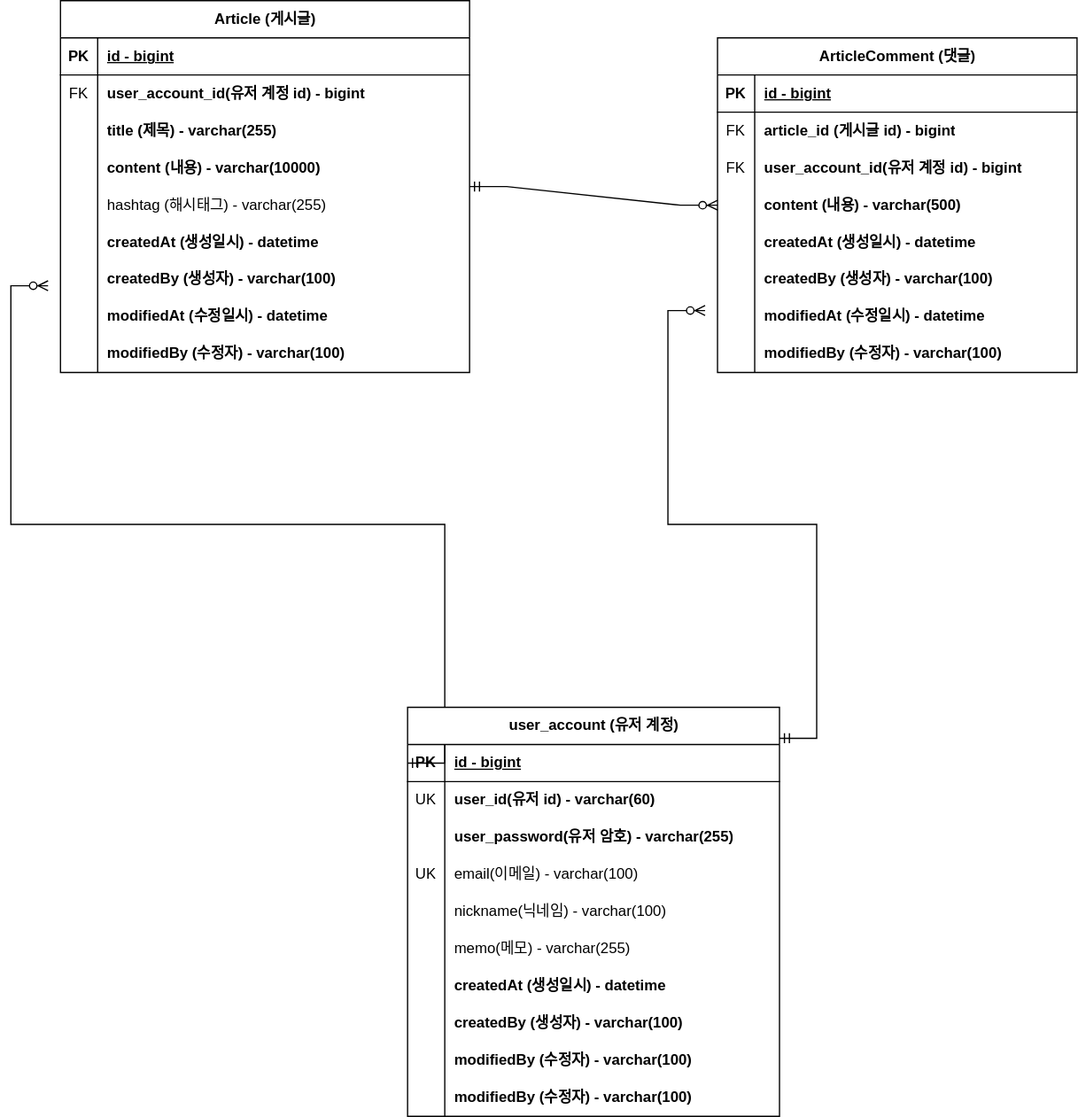
Before: document/borad-project-erd.svg, a diagram exported from draw.io (joosang425/board-project). Source tidied: cells renumbered, new cells last; positions are measured from the earlier drawing's top-left corner, leaving out a move shared by most shapes.
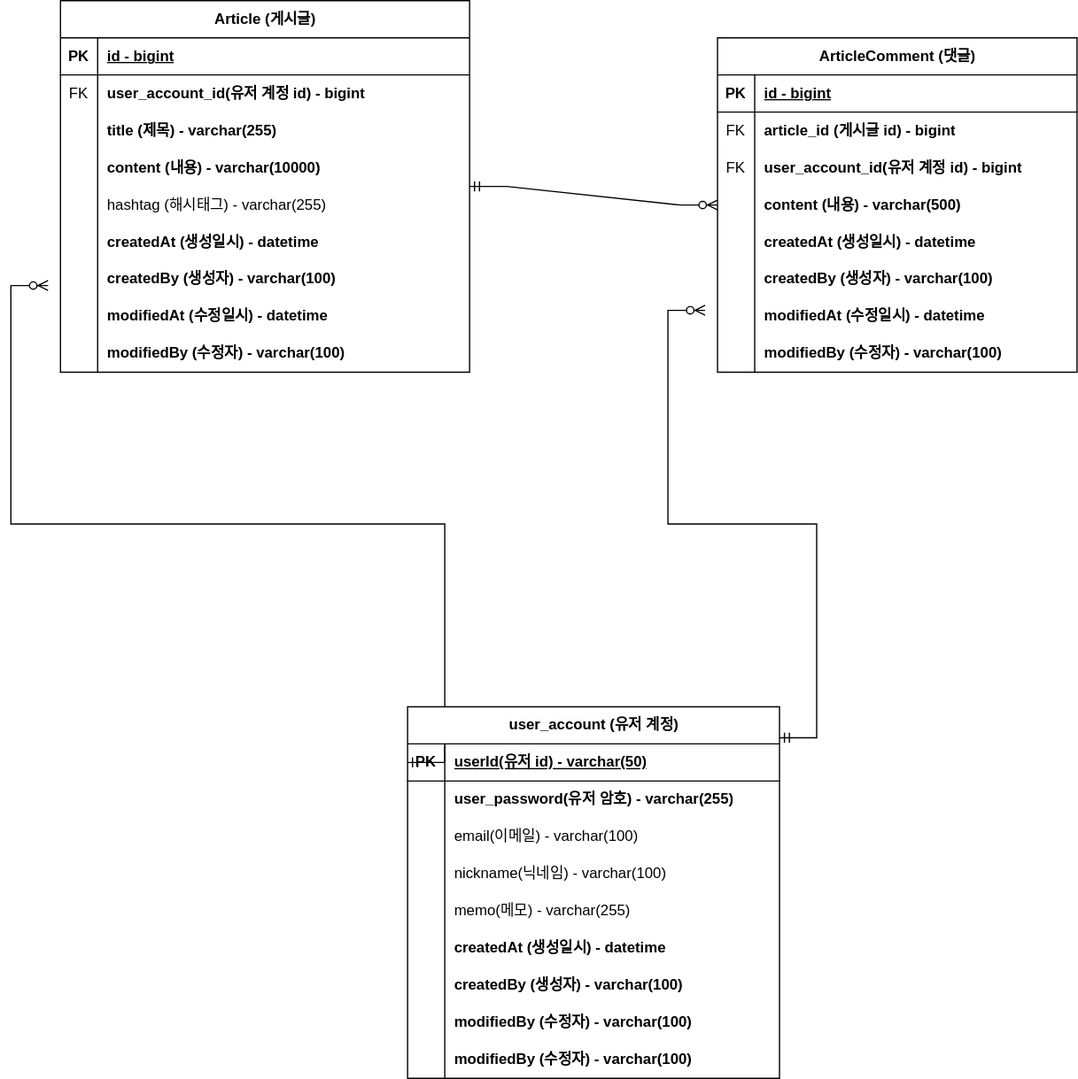
The same file after the commit.

Commit message:
#39 - ERD 문서 수정: 회원 계정 user_id를 PK 로 변경

What changed in the source:
```diff
@@ -184,7 +184,7 @@
       </mxGeometry>
     </mxCell>
     <mxCell id="58" value="user_account (유저 계정)&lt;br&gt;" style="shape=table;startSize=30;rowLines=0;fontStyle=1;align=center;html=1;" parent="1" vertex="1">
-      <mxGeometry x="290" y="570" width="300" height="330" as="geometry" />
+      <mxGeometry x="290" y="570" width="300" height="300" as="geometry" />
     </mxCell>
     <mxCell id="59" style="shape=tableRow;horizontal=0;startSize=0;swimlaneHead=0;swimlaneBody=0;fillColor=none;points=[[0,0.5],[1,0.5]];portConstraint=eastwest;top=0;left=0;right=0;bottom=1;" parent="58" vertex="1">
       <mxGeometry y="30" width="300" height="30" as="geometry" />
@@ -192,20 +192,11 @@
     <mxCell id="60" value="PK" style="shape=partialRectangle;fillColor=none;top=0;left=0;bottom=0;right=0;fontStyle=1;overflow=hidden;whiteSpace=wrap;html=1;" parent="59" vertex="1">
       <mxGeometry width="30" height="30" as="geometry" />
     </mxCell>
-    <mxCell id="61" value="id - bigint" style="shape=partialRectangle;fillColor=none;top=0;left=0;bottom=0;right=0;align=left;spacingLeft=6;fontStyle=5;overflow=hidden;whiteSpace=wrap;html=1;" parent="59" vertex="1">
+    <mxCell id="61" value="userId(유저 id) - varchar(50)" style="shape=partialRectangle;fillColor=none;top=0;left=0;bottom=0;right=0;align=left;spacingLeft=6;fontStyle=5;overflow=hidden;whiteSpace=wrap;html=1;" parent="59" vertex="1">
       <mxGeometry x="30" width="270" height="30" as="geometry" />
     </mxCell>
-    <mxCell id="62" style="shape=tableRow;horizontal=0;startSize=0;swimlaneHead=0;swimlaneBody=0;fillColor=none;top=0;left=0;right=0;bottom=0;fontStyle=1;" parent="58" vertex="1">
-      <mxGeometry y="60" width="300" height="30" as="geometry" />
-    </mxCell>
-    <mxCell id="63" value="UK" style="shape=partialRectangle;fillColor=none;top=0;left=0;bottom=0;right=0;overflow=hidden;whiteSpace=wrap;html=1;" parent="62" vertex="1">
-      <mxGeometry width="30" height="30" as="geometry" />
-    </mxCell>
-    <mxCell id="64" value="user_id(유저 id) - varchar(60)" style="shape=partialRectangle;fillColor=none;top=0;left=0;bottom=0;right=0;align=left;spacingLeft=6;overflow=hidden;whiteSpace=wrap;html=1;fontStyle=1;" parent="62" vertex="1">
-      <mxGeometry x="30" width="270" height="30" as="geometry" />
-    </mxCell>
     <mxCell id="65" style="shape=tableRow;horizontal=0;startSize=0;swimlaneHead=0;swimlaneBody=0;fillColor=none;top=0;left=0;right=0;bottom=0;" parent="58" vertex="1">
-      <mxGeometry y="90" width="300" height="30" as="geometry" />
+      <mxGeometry y="60" width="300" height="30" as="geometry" />
     </mxCell>
     <mxCell id="66" style="shape=partialRectangle;fillColor=none;top=0;left=0;bottom=0;right=0;overflow=hidden;whiteSpace=wrap;html=1;" parent="65" vertex="1">
       <mxGeometry width="30" height="30" as="geometry" />
@@ -214,16 +205,16 @@
       <mxGeometry x="30" width="270" height="30" as="geometry" />
     </mxCell>
     <mxCell id="68" style="shape=tableRow;horizontal=0;startSize=0;swimlaneHead=0;swimlaneBody=0;fillColor=none;top=0;left=0;right=0;bottom=0;" parent="58" vertex="1">
-      <mxGeometry y="120" width="300" height="30" as="geometry" />
+      <mxGeometry y="90" width="300" height="30" as="geometry" />
     </mxCell>
-    <mxCell id="69" value="UK" style="shape=partialRectangle;fillColor=none;top=0;left=0;bottom=0;right=0;overflow=hidden;whiteSpace=wrap;html=1;" parent="68" vertex="1">
+    <mxCell id="69" style="shape=partialRectangle;fillColor=none;top=0;left=0;bottom=0;right=0;overflow=hidden;whiteSpace=wrap;html=1;" parent="68" vertex="1">
       <mxGeometry width="30" height="30" as="geometry" />
     </mxCell>
     <mxCell id="70" value="email(이메일) - varchar(100)" style="shape=partialRectangle;fillColor=none;top=0;left=0;bottom=0;right=0;align=left;spacingLeft=6;overflow=hidden;whiteSpace=wrap;html=1;fontStyle=0;" parent="68" vertex="1">
       <mxGeometry x="30" width="270" height="30" as="geometry" />
     </mxCell>
     <mxCell id="71" style="shape=tableRow;horizontal=0;startSize=0;swimlaneHead=0;swimlaneBody=0;fillColor=none;top=0;left=0;right=0;bottom=0;" parent="58" vertex="1">
-      <mxGeometry y="150" width="300" height="30" as="geometry" />
+      <mxGeometry y="120" width="300" height="30" as="geometry" />
     </mxCell>
     <mxCell id="72" style="shape=partialRectangle;fillColor=none;top=0;left=0;bottom=0;right=0;overflow=hidden;whiteSpace=wrap;html=1;" parent="71" vertex="1">
       <mxGeometry width="30" height="30" as="geometry" />
@@ -232,7 +223,7 @@
       <mxGeometry x="30" width="270" height="30" as="geometry" />
     </mxCell>
     <mxCell id="74" style="shape=tableRow;horizontal=0;startSize=0;swimlaneHead=0;swimlaneBody=0;fillColor=none;top=0;left=0;right=0;bottom=0;" parent="58" vertex="1">
-      <mxGeometry y="180" width="300" height="30" as="geometry" />
+      <mxGeometry y="150" width="300" height="30" as="geometry" />
     </mxCell>
     <mxCell id="75" style="shape=partialRectangle;fillColor=none;top=0;left=0;bottom=0;right=0;overflow=hidden;whiteSpace=wrap;html=1;" parent="74" vertex="1">
       <mxGeometry width="30" height="30" as="geometry" />
@@ -241,7 +232,7 @@
       <mxGeometry x="30" width="270" height="30" as="geometry" />
     </mxCell>
     <mxCell id="77" style="shape=tableRow;horizontal=0;startSize=0;swimlaneHead=0;swimlaneBody=0;fillColor=none;top=0;left=0;right=0;bottom=0;" parent="58" vertex="1">
-      <mxGeometry y="210" width="300" height="30" as="geometry" />
+      <mxGeometry y="180" width="300" height="30" as="geometry" />
     </mxCell>
     <mxCell id="78" style="shape=partialRectangle;fillColor=none;top=0;left=0;bottom=0;right=0;overflow=hidden;whiteSpace=wrap;html=1;" parent="77" vertex="1">
       <mxGeometry width="30" height="30" as="geometry" />
@@ -250,7 +241,7 @@
       <mxGeometry x="30" width="270" height="30" as="geometry" />
     </mxCell>
     <mxCell id="80" style="shape=tableRow;horizontal=0;startSize=0;swimlaneHead=0;swimlaneBody=0;fillColor=none;top=0;left=0;right=0;bottom=0;" parent="58" vertex="1">
-      <mxGeometry y="240" width="300" height="30" as="geometry" />
+      <mxGeometry y="210" width="300" height="30" as="geometry" />
     </mxCell>
     <mxCell id="81" style="shape=partialRectangle;fillColor=none;top=0;left=0;bottom=0;right=0;overflow=hidden;whiteSpace=wrap;html=1;" parent="80" vertex="1">
       <mxGeometry width="30" height="30" as="geometry" />
@@ -259,7 +250,7 @@
       <mxGeometry x="30" width="270" height="30" as="geometry" />
     </mxCell>
     <mxCell id="83" style="shape=tableRow;horizontal=0;startSize=0;swimlaneHead=0;swimlaneBody=0;fillColor=none;top=0;left=0;right=0;bottom=0;" parent="58" vertex="1">
-      <mxGeometry y="270" width="300" height="30" as="geometry" />
+      <mxGeometry y="240" width="300" height="30" as="geometry" />
     </mxCell>
     <mxCell id="84" style="shape=partialRectangle;fillColor=none;top=0;left=0;bottom=0;right=0;overflow=hidden;whiteSpace=wrap;html=1;" parent="83" vertex="1">
       <mxGeometry width="30" height="30" as="geometry" />
@@ -268,7 +259,7 @@
       <mxGeometry x="30" width="270" height="30" as="geometry" />
     </mxCell>
     <mxCell id="86" style="shape=tableRow;horizontal=0;startSize=0;swimlaneHead=0;swimlaneBody=0;fillColor=none;top=0;left=0;right=0;bottom=0;" parent="58" vertex="1">
-      <mxGeometry y="300" width="300" height="30" as="geometry" />
+      <mxGeometry y="270" width="300" height="30" as="geometry" />
     </mxCell>
     <mxCell id="87" style="shape=partialRectangle;fillColor=none;top=0;left=0;bottom=0;right=0;overflow=hidden;whiteSpace=wrap;html=1;" parent="86" vertex="1">
       <mxGeometry width="30" height="30" as="geometry" />
```
